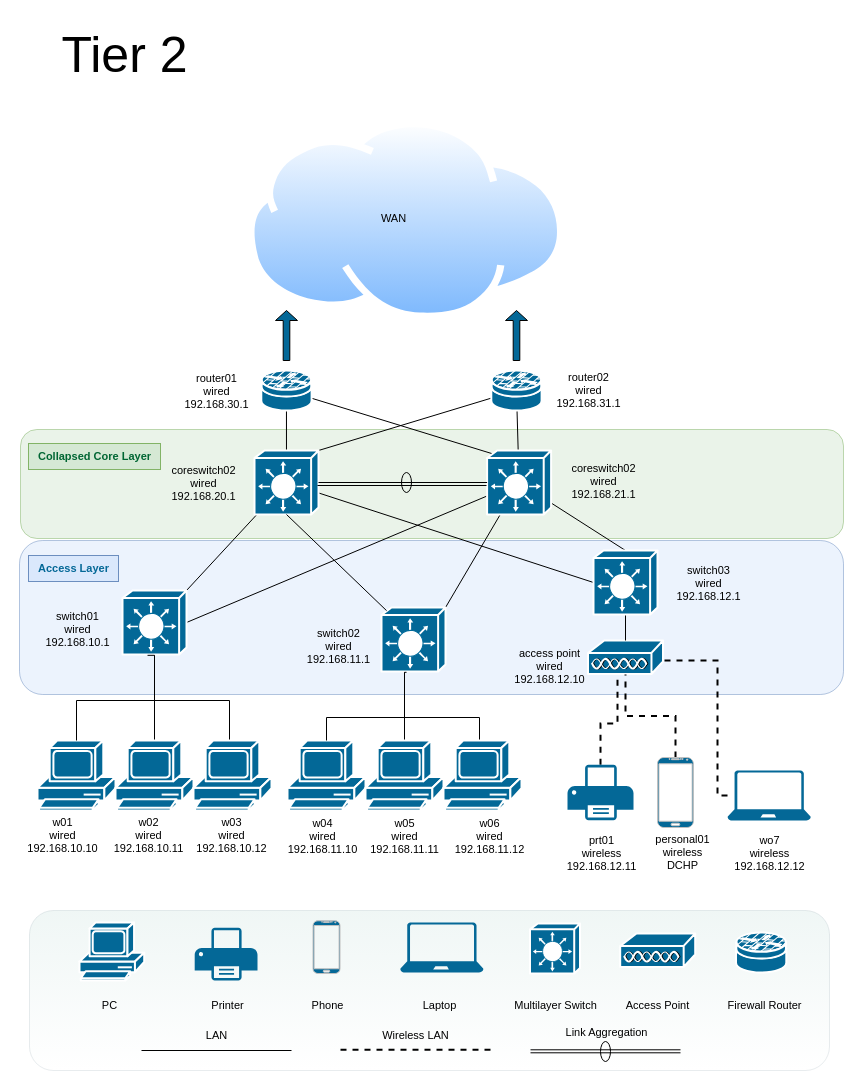
Above: page "TIer2" (1 of 2) of SuperNetwork.drawio in Reaimua/Network-Architecture-Project (draw.io), before the change. Source tidied: cells renumbered, new cells numbered last; positions are measured from the earlier drawing's top-left corner, leaving out a move shared by most shapes. Both pictures are drawn from the tidied source at 100%, with x=0, y=0 at pixel (17, 17).
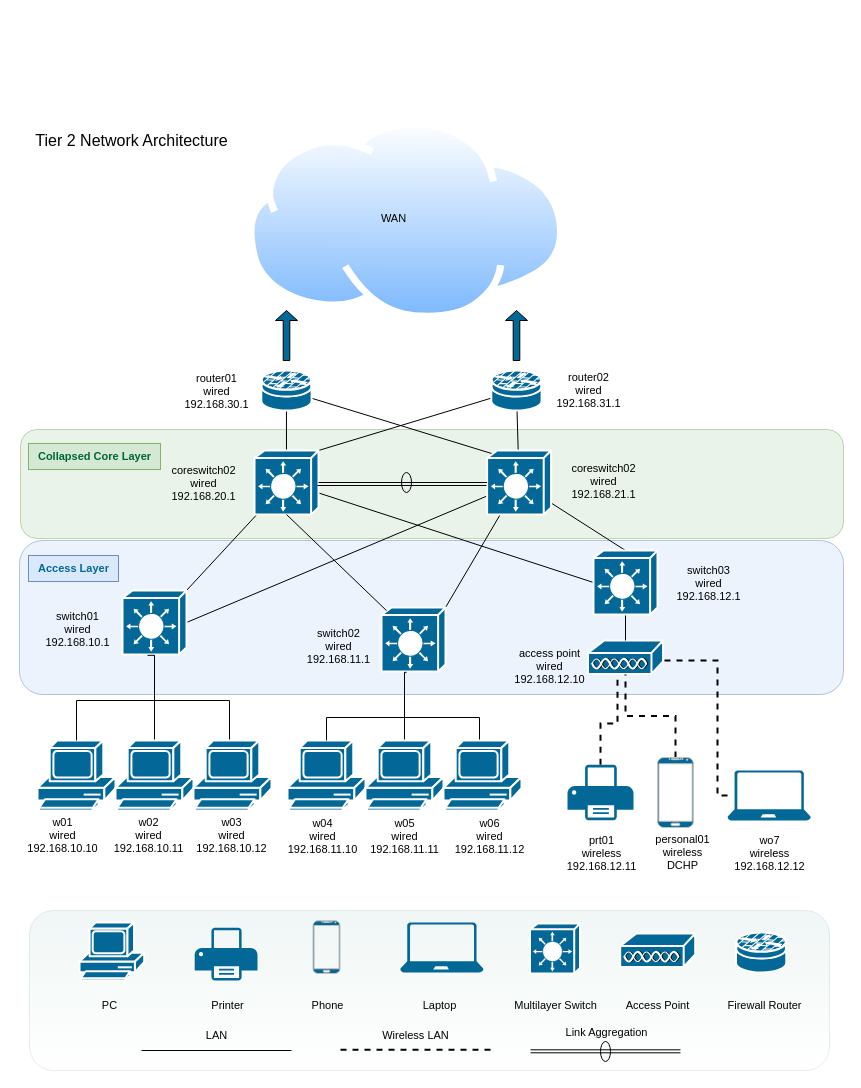
The same page after the edit.

Diff of the diagram source:
```diff
@@
-    <mxCell id="90" value="&lt;font style=&quot;font-size: 50px;&quot;&gt;Tier 2&amp;nbsp;&lt;/font&gt;" style="text;html=1;align=center;verticalAlign=middle;strokeColor=none;fillColor=none;fontSize=11;fontFamily=Helvetica;fontColor=default;" parent="1" vertex="1">
-      <mxGeometry x="34" width="159" height="73" as="geometry" />
-    </mxCell>
+    <mxCell id="91" value="&lt;font style=&quot;font-size: 16px;&quot;&gt;Tier 2 Network Architecture&lt;/font&gt;" style="text;html=1;align=center;verticalAlign=middle;strokeColor=none;fillColor=none;fontSize=11;fontFamily=Helvetica;fontColor=default;" parent="1" vertex="1">
+      <mxGeometry x="8" y="107" width="211" height="32" as="geometry" />
+    </mxCell>
```
